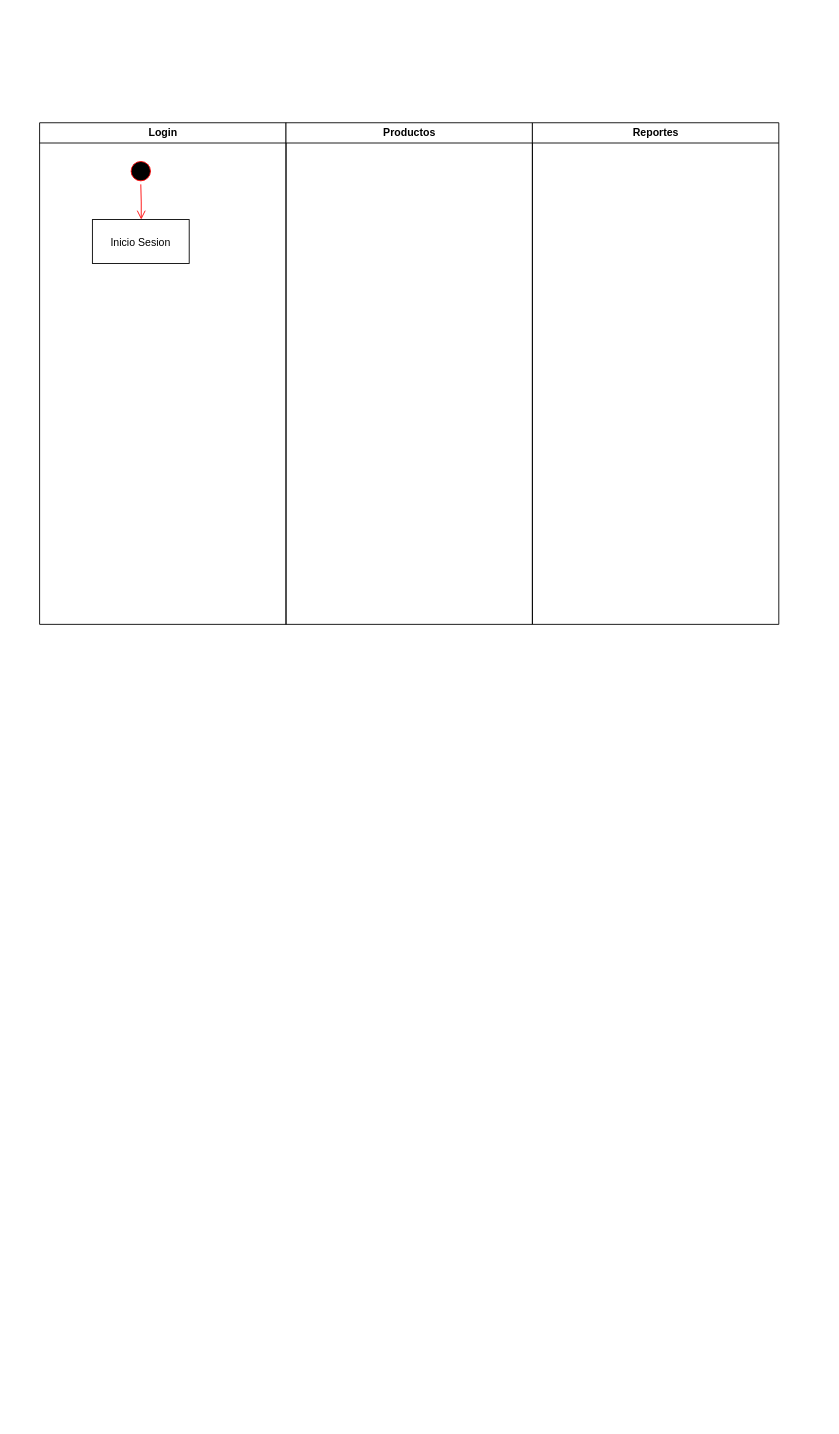
Before: Untitled Diagram.drawio in DavidSantana872/GBar, a draw.io diagram. Source tidied: cells renumbered, new cells numbered last; positions are measured from the earlier drawing's top-left corner, leaving out a move shared by most shapes. Both pictures are drawn from the tidied source at 88%, with x=0, y=0 at pixel (39, 122).
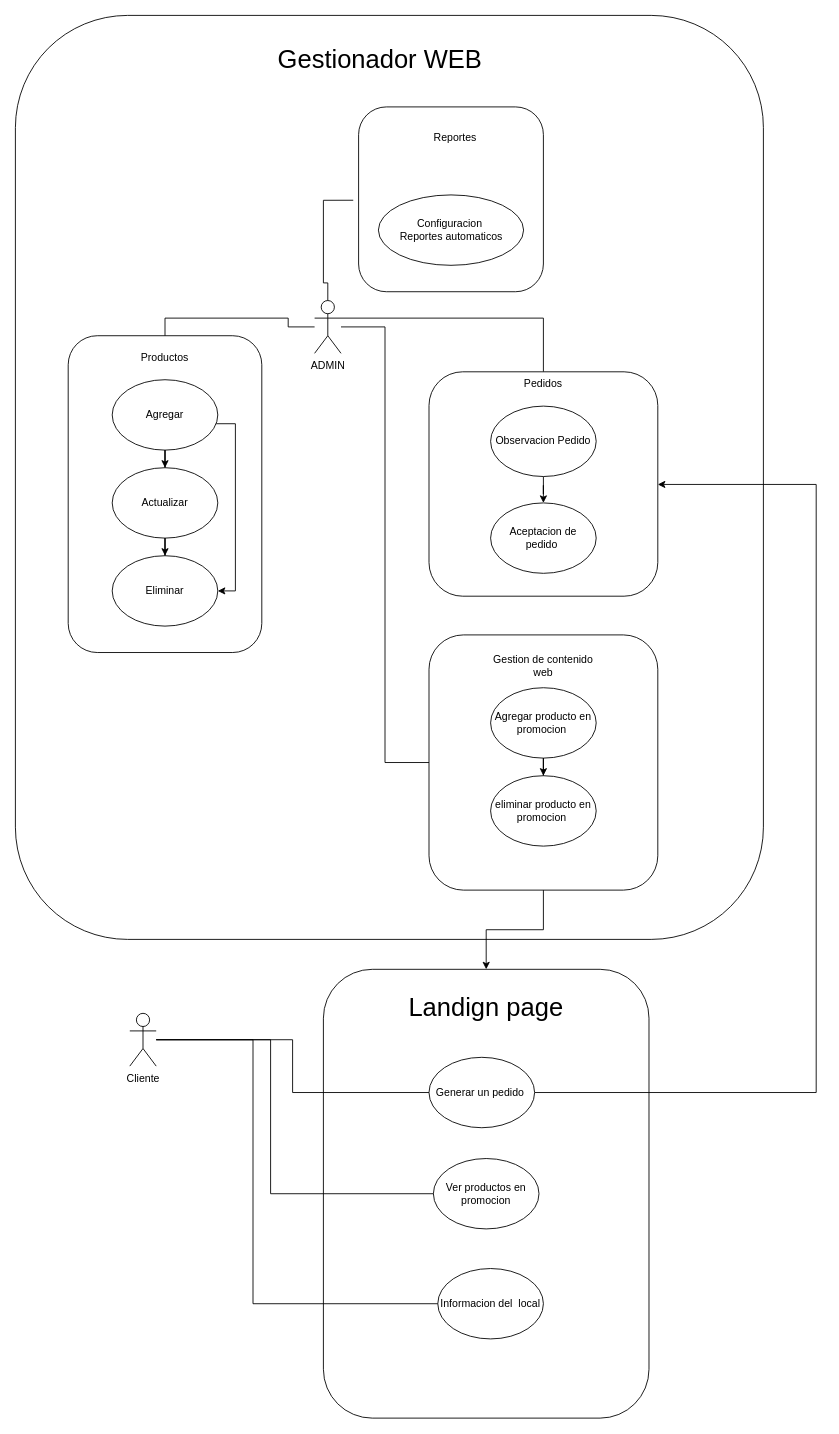
The same diagram, later.

Commit message:
Casos de usos y su conexion logica

Change to the diagram source:
```diff
@@
-    <mxCell id="2" value="Login" style="swimlane;whiteSpace=wrap;" parent="1" vertex="1">
-      <mxGeometry x="0.5" width="280" height="570" as="geometry" />
-    </mxCell>
-    <mxCell id="3" style="ellipse;shape=startState;fillColor=#000000;strokeColor=#ff0000;" parent="2" vertex="1">
-      <mxGeometry x="100" y="40" width="30" height="30" as="geometry" />
-    </mxCell>
-    <mxCell id="4" style="edgeStyle=elbowEdgeStyle;elbow=horizontal;verticalAlign=bottom;endArrow=open;endSize=8;strokeColor=#FF0000;endFill=1;rounded=0;" parent="2" edge="1" source="3" target="5">
-      <mxGeometry x="100" y="40" as="geometry" />
-    </mxCell>
-    <mxCell id="5" value="Inicio Sesion" parent="2" vertex="1">
-      <mxGeometry x="60" y="110" width="110" height="50" as="geometry" />
-    </mxCell>
+    <mxCell id="8" style="rounded=1;whiteSpace=wrap;html=1;" parent="1" vertex="1">
+      <mxGeometry x="-27" y="-122" width="850" height="1050" as="geometry" />
+    </mxCell>
+    <mxCell id="9" style="edgeStyle=orthogonalEdgeStyle;rounded=0;jettySize=auto;html=1;exitX=1;exitY=0.3333333333333333;exitDx=0;exitDy=0;exitPerimeter=0;endArrow=none;endFill=0;" parent="1" edge="1" source="11" target="20">
+      <mxGeometry relative="1" as="geometry" />
+    </mxCell>
+    <mxCell id="10" style="edgeStyle=orthogonalEdgeStyle;rounded=0;jettySize=auto;html=1;entryX=0;entryY=0.5;entryDx=0;entryDy=0;endArrow=none;endFill=0;" parent="1" edge="1" source="11" target="29">
+      <mxGeometry relative="1" as="geometry" />
+    </mxCell>
+    <mxCell id="11" value="ADMIN" style="shape=umlActor;verticalLabelPosition=bottom;verticalAlign=top;html=1;outlineConnect=0;" parent="1" vertex="1">
+      <mxGeometry x="313" y="202" width="30" height="60" as="geometry" />
+    </mxCell>
+    <mxCell id="12" style="rounded=1;whiteSpace=wrap;html=1;" parent="1" vertex="1">
+      <mxGeometry x="33" y="242" width="220" height="360" as="geometry" />
+    </mxCell>
-    <mxCell id="6" value="Productos" style="swimlane;whiteSpace=wrap;" parent="1" vertex="1">
-      <mxGeometry x="280.5" width="280" height="570" as="geometry" />
+    <mxCell id="6" value="Productos" style="text;html=1;align=center;verticalAlign=middle;whiteSpace=wrap;rounded=0;" parent="1" vertex="1">
+      <mxGeometry x="113" y="252" width="60" height="30" as="geometry" />
     </mxCell>
+    <mxCell id="13" style="edgeStyle=orthogonalEdgeStyle;rounded=0;jettySize=auto;html=1;exitX=0.5;exitY=1;exitDx=0;exitDy=0;" parent="1" edge="1" source="15" target="17">
+      <mxGeometry relative="1" as="geometry" />
+    </mxCell>
+    <mxCell id="14" style="edgeStyle=orthogonalEdgeStyle;rounded=0;jettySize=auto;html=1;entryX=1;entryY=0.5;entryDx=0;entryDy=0;exitX=1;exitY=0.5;exitDx=0;exitDy=0;" parent="1" edge="1" source="15" target="18">
+      <mxGeometry relative="1" as="geometry">
+        <Array as="points">
+          <mxPoint x="143" y="332" />
+          <mxPoint x="143" y="342" />
+          <mxPoint x="223" y="342" />
+          <mxPoint x="223" y="532" />
+        </Array>
+      </mxGeometry>
+    </mxCell>
+    <mxCell id="15" value="Agregar" style="ellipse;whiteSpace=wrap;html=1;" parent="1" vertex="1">
+      <mxGeometry x="83" y="292" width="120" height="80" as="geometry" />
+    </mxCell>
+    <mxCell id="16" style="edgeStyle=orthogonalEdgeStyle;rounded=0;jettySize=auto;html=1;" parent="1" edge="1" source="17" target="18">
+      <mxGeometry relative="1" as="geometry" />
+    </mxCell>
+    <mxCell id="17" value="&lt;span style=&quot;font-weight: normal;&quot;&gt;Actualizar&lt;/span&gt;" style="ellipse;whiteSpace=wrap;html=1;fontStyle=1;" parent="1" vertex="1">
+      <mxGeometry x="83" y="392" width="120" height="80" as="geometry" />
+    </mxCell>
+    <mxCell id="18" value="Eliminar" style="ellipse;whiteSpace=wrap;html=1;" parent="1" vertex="1">
+      <mxGeometry x="83" y="492" width="120" height="80" as="geometry" />
+    </mxCell>
+    <mxCell id="19" style="edgeStyle=orthogonalEdgeStyle;rounded=0;jettySize=auto;html=1;entryX=0.5;entryY=0;entryDx=0;entryDy=0;endArrow=none;endFill=0;" parent="1" edge="1" source="11" target="12">
+      <mxGeometry relative="1" as="geometry" />
+    </mxCell>
+    <mxCell id="20" style="rounded=1;whiteSpace=wrap;html=1;" parent="1" vertex="1">
+      <mxGeometry x="443" y="283" width="260" height="255" as="geometry" />
+    </mxCell>
+    <mxCell id="21" value="Pedidos" style="text;html=1;align=center;verticalAlign=middle;whiteSpace=wrap;rounded=0;" parent="1" vertex="1">
+      <mxGeometry x="543" y="282" width="60" height="30" as="geometry" />
+    </mxCell>
+    <mxCell id="22" style="edgeStyle=orthogonalEdgeStyle;rounded=0;jettySize=auto;html=1;entryX=0.5;entryY=0;entryDx=0;entryDy=0;" parent="1" edge="1" source="23" target="24">
+      <mxGeometry relative="1" as="geometry" />
+    </mxCell>
+    <mxCell id="23" value="Observacion Pedido" style="ellipse;whiteSpace=wrap;html=1;" parent="1" vertex="1">
+      <mxGeometry x="513" y="322" width="120" height="80" as="geometry" />
+    </mxCell>
+    <mxCell id="24" value="Aceptacion de pedido&amp;nbsp;" style="ellipse;whiteSpace=wrap;html=1;" parent="1" vertex="1">
+      <mxGeometry x="513" y="432" width="120" height="80" as="geometry" />
+    </mxCell>
+    <mxCell id="25" style="rounded=1;whiteSpace=wrap;html=1;" parent="1" vertex="1">
+      <mxGeometry x="363" y="-18" width="210" height="210" as="geometry" />
+    </mxCell>
-    <mxCell id="7" value="Reportes" style="swimlane;whiteSpace=wrap;" parent="1" vertex="1">
-      <mxGeometry x="560.5" width="280" height="570" as="geometry" />
+    <mxCell id="7" value="Reportes" style="text;html=1;align=center;verticalAlign=middle;whiteSpace=wrap;rounded=0;" parent="1" vertex="1">
+      <mxGeometry x="443" y="2" width="60" height="30" as="geometry" />
     </mxCell>
+    <mxCell id="26" value="Configuracion&amp;nbsp;&lt;br&gt;Reportes automaticos" style="ellipse;whiteSpace=wrap;html=1;" parent="1" vertex="1">
+      <mxGeometry x="385.5" y="82" width="165" height="80" as="geometry" />
+    </mxCell>
+    <mxCell id="27" style="edgeStyle=orthogonalEdgeStyle;rounded=0;jettySize=auto;html=1;entryX=-0.029;entryY=0.505;entryDx=0;entryDy=0;entryPerimeter=0;exitX=0.5;exitY=0;exitDx=0;exitDy=0;exitPerimeter=0;endArrow=none;endFill=0;" parent="1" edge="1" source="11" target="25">
+      <mxGeometry relative="1" as="geometry">
+        <Array as="points">
+          <mxPoint x="328" y="182" />
+          <mxPoint x="323" y="182" />
+          <mxPoint x="323" y="88" />
+        </Array>
+      </mxGeometry>
+    </mxCell>
+    <mxCell id="28" style="edgeStyle=orthogonalEdgeStyle;rounded=0;jettySize=auto;html=1;" parent="1" edge="1" source="29" target="37">
+      <mxGeometry relative="1" as="geometry" />
+    </mxCell>
+    <mxCell id="29" style="rounded=1;whiteSpace=wrap;html=1;" parent="1" vertex="1">
+      <mxGeometry x="443" y="582" width="260" height="290" as="geometry" />
+    </mxCell>
+    <mxCell id="30" value="Gestion de contenido web" style="text;html=1;align=center;verticalAlign=middle;whiteSpace=wrap;rounded=0;" parent="1" vertex="1">
+      <mxGeometry x="503" y="602" width="140" height="30" as="geometry" />
+    </mxCell>
+    <mxCell id="31" style="edgeStyle=orthogonalEdgeStyle;rounded=0;jettySize=auto;html=1;entryX=0.5;entryY=0;entryDx=0;entryDy=0;" parent="1" edge="1" source="32" target="33">
+      <mxGeometry relative="1" as="geometry" />
+    </mxCell>
+    <mxCell id="32" value="Agregar producto en promocion&amp;nbsp;" style="ellipse;whiteSpace=wrap;html=1;" parent="1" vertex="1">
+      <mxGeometry x="513" y="642" width="120" height="80" as="geometry" />
+    </mxCell>
+    <mxCell id="33" value="eliminar producto en promocion&amp;nbsp;" style="ellipse;whiteSpace=wrap;html=1;" parent="1" vertex="1">
+      <mxGeometry x="513" y="742" width="120" height="80" as="geometry" />
+    </mxCell>
+    <mxCell id="34" style="edgeStyle=orthogonalEdgeStyle;rounded=0;orthogonalLoop=1;jettySize=auto;html=1;exitX=0.5;exitY=1;exitDx=0;exitDy=0;" parent="1" edge="1" source="29" target="29">
+      <mxGeometry relative="1" as="geometry" />
+    </mxCell>
+    <mxCell id="35" value="Cliente" style="shape=umlActor;verticalLabelPosition=bottom;verticalAlign=top;html=1;outlineConnect=0;" parent="1" vertex="1">
+      <mxGeometry x="103" y="1012" width="30" height="60" as="geometry" />
+    </mxCell>
+    <mxCell id="36" value="Gestionador WEB" style="text;html=1;align=center;verticalAlign=middle;whiteSpace=wrap;rounded=0;strokeWidth=6;fontSize=29;" parent="1" vertex="1">
+      <mxGeometry x="230.5" y="-87" width="312.5" height="30" as="geometry" />
+    </mxCell>
+    <mxCell id="37" style="rounded=1;whiteSpace=wrap;html=1;" parent="1" vertex="1">
+      <mxGeometry x="323" y="962" width="370" height="510" as="geometry" />
+    </mxCell>
+    <mxCell id="38" value="&lt;font style=&quot;font-size: 29px;&quot;&gt;Landign page&lt;/font&gt;" style="text;html=1;align=center;verticalAlign=middle;whiteSpace=wrap;rounded=0;fontSize=19;" parent="1" vertex="1">
+      <mxGeometry x="413" y="992" width="190" height="25" as="geometry" />
+    </mxCell>
+    <mxCell id="39" style="edgeStyle=orthogonalEdgeStyle;rounded=0;jettySize=auto;html=1;exitX=1;exitY=0.5;exitDx=0;exitDy=0;" parent="1" edge="1" source="40" target="20">
+      <mxGeometry relative="1" as="geometry">
+        <Array as="points">
+          <mxPoint x="883" y="1102" />
+          <mxPoint x="883" y="411" />
+        </Array>
+      </mxGeometry>
+    </mxCell>
+    <mxCell id="40" value="Generar un pedido&amp;nbsp;" style="ellipse;whiteSpace=wrap;html=1;" parent="1" vertex="1">
+      <mxGeometry x="443" y="1062" width="120" height="80" as="geometry" />
+    </mxCell>
+    <mxCell id="41" value="Ver productos en promocion" style="ellipse;whiteSpace=wrap;html=1;" parent="1" vertex="1">
+      <mxGeometry x="448" y="1177" width="120" height="80" as="geometry" />
+    </mxCell>
+    <mxCell id="42" value="Informacion del&amp;nbsp; local" style="ellipse;whiteSpace=wrap;html=1;" parent="1" vertex="1">
+      <mxGeometry x="453" y="1302" width="120" height="80" as="geometry" />
+    </mxCell>
+    <mxCell id="43" style="edgeStyle=orthogonalEdgeStyle;rounded=0;jettySize=auto;html=1;endArrow=none;endFill=0;" parent="1" edge="1" source="35" target="40">
+      <mxGeometry relative="1" as="geometry" />
+    </mxCell>
+    <mxCell id="44" style="edgeStyle=orthogonalEdgeStyle;rounded=0;jettySize=auto;html=1;entryX=0;entryY=0.5;entryDx=0;entryDy=0;endArrow=none;endFill=0;" parent="1" edge="1" source="35" target="41">
+      <mxGeometry relative="1" as="geometry">
+        <Array as="points">
+          <mxPoint x="263" y="1042" />
+          <mxPoint x="263" y="1217" />
+        </Array>
+      </mxGeometry>
+    </mxCell>
+    <mxCell id="45" style="edgeStyle=orthogonalEdgeStyle;rounded=0;jettySize=auto;html=1;entryX=0;entryY=0.5;entryDx=0;entryDy=0;endArrow=none;endFill=0;" parent="1" edge="1" source="35" target="42">
+      <mxGeometry relative="1" as="geometry">
+        <Array as="points">
+          <mxPoint x="243" y="1042" />
+          <mxPoint x="243" y="1342" />
+        </Array>
+      </mxGeometry>
+    </mxCell>
```
